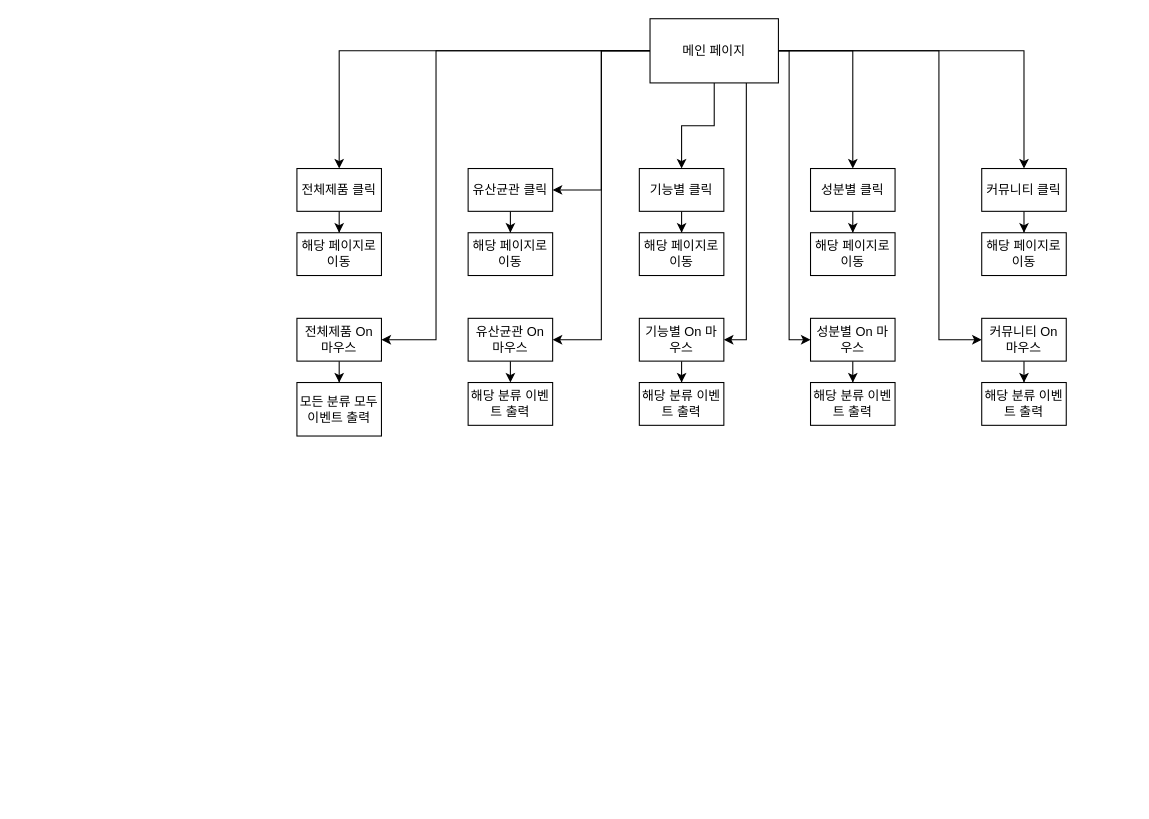
Above: Untitled Diagram.drawio in handcopper97/sample (draw.io), before the change. Source tidied: cells renumbered, new cells numbered last; positions are measured from the earlier drawing's top-left corner, leaving out a move shared by most shapes. Both pictures are drawn from the tidied source at 107%, with x=0, y=0 at pixel (296, 18).
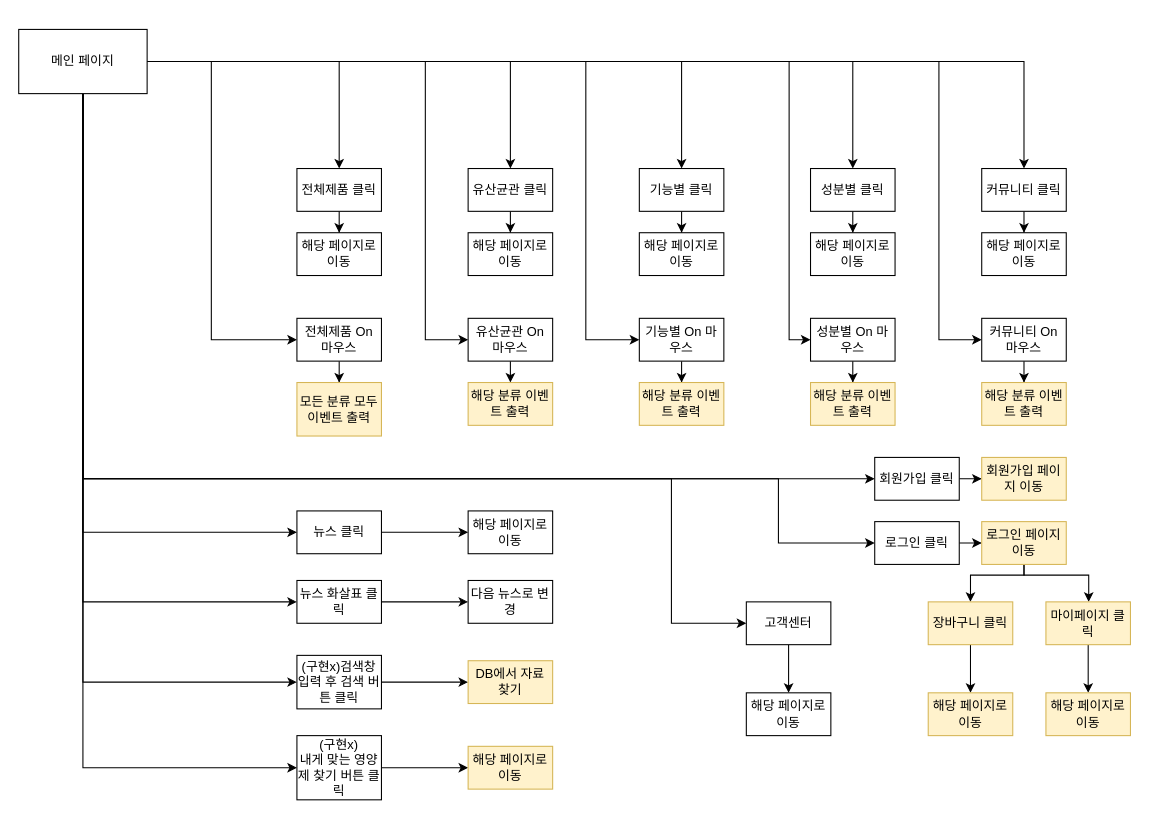
The same page after the edit.

Unchanged cells that the change refers to:
```xml
<mxCell id="16" value="전체제품 On 마우스" style="rounded=0;whiteSpace=wrap;html=1;" parent="1" vertex="1">
  <mxGeometry y="280" width="79" height="40" as="geometry" />
</mxCell>
<mxCell id="18" value="유산균관 클릭" style="rounded=0;whiteSpace=wrap;html=1;" parent="1" vertex="1">
  <mxGeometry x="160" y="140" width="79" height="40" as="geometry" />
</mxCell>
<mxCell id="20" value="유산균관 On 마우스" style="rounded=0;whiteSpace=wrap;html=1;" parent="1" vertex="1">
  <mxGeometry x="160" y="280" width="79" height="40" as="geometry" />
</mxCell>
<mxCell id="24" value="기능별 On 마우스" style="rounded=0;whiteSpace=wrap;html=1;" parent="1" vertex="1">
  <mxGeometry x="320" y="280" width="79" height="40" as="geometry" />
</mxCell>
<mxCell id="28" value="성분별 On 마우스" style="rounded=0;whiteSpace=wrap;html=1;" parent="1" vertex="1">
  <mxGeometry x="480" y="280" width="79" height="40" as="geometry" />
</mxCell>
<mxCell id="32" value="커뮤니티 On 마우스" style="rounded=0;whiteSpace=wrap;html=1;" parent="1" vertex="1">
  <mxGeometry x="640" y="280" width="79" height="40" as="geometry" />
</mxCell>
```

The edit, as a diff of the source:
```diff
@@
-    <mxCell id="3" style="edgeStyle=orthogonalEdgeStyle;rounded=0;jettySize=auto;html=1;entryX=1;entryY=0.5;entryDx=0;entryDy=0;" parent="1" edge="1" source="12" target="16">
+    <mxCell id="3" style="edgeStyle=orthogonalEdgeStyle;rounded=0;jettySize=auto;html=1;entryX=0;entryY=0.5;entryDx=0;entryDy=0;" parent="1" edge="1" source="12" target="16">
       <mxGeometry relative="1" as="geometry">
         <Array as="points">
-          <mxPoint x="130" y="30" />
-          <mxPoint x="130" y="300" />
+          <mxPoint x="-80" y="40" />
+          <mxPoint x="-80" y="300" />
         </Array>
       </mxGeometry>
     </mxCell>
-    <mxCell id="4" style="edgeStyle=orthogonalEdgeStyle;rounded=0;jettySize=auto;html=1;entryX=1;entryY=0.5;entryDx=0;entryDy=0;" parent="1" edge="1" source="12" target="18">
-      <mxGeometry relative="1" as="geometry" />
-    </mxCell>
-    <mxCell id="5" style="edgeStyle=orthogonalEdgeStyle;rounded=0;jettySize=auto;html=1;entryX=1;entryY=0.5;entryDx=0;entryDy=0;" parent="1" edge="1" source="12" target="20">
-      <mxGeometry relative="1" as="geometry" />
-    </mxCell>
@@
-    <mxCell id="7" style="edgeStyle=orthogonalEdgeStyle;rounded=0;jettySize=auto;html=1;entryX=1;entryY=0.5;entryDx=0;entryDy=0;" parent="1" edge="1" source="12" target="24">
+    <mxCell id="7" style="edgeStyle=orthogonalEdgeStyle;rounded=0;jettySize=auto;html=1;entryX=0;entryY=0.5;entryDx=0;entryDy=0;" parent="1" edge="1" source="12" target="24">
       <mxGeometry relative="1" as="geometry">
         <Array as="points">
-          <mxPoint x="420" y="300" />
+          <mxPoint x="270" y="40" />
+          <mxPoint x="270" y="300" />
         </Array>
       </mxGeometry>
     </mxCell>
@@
     <mxCell id="10" style="edgeStyle=orthogonalEdgeStyle;rounded=0;jettySize=auto;html=1;entryX=0;entryY=0.5;entryDx=0;entryDy=0;" parent="1" edge="1" source="12" target="28">
       <mxGeometry relative="1" as="geometry">
         <Array as="points">
-          <mxPoint x="460" y="30" />
+          <mxPoint x="460" y="40" />
           <mxPoint x="460" y="300" />
         </Array>
       </mxGeometry>
     </mxCell>
     <mxCell id="11" style="edgeStyle=orthogonalEdgeStyle;rounded=0;jettySize=auto;html=1;entryX=0;entryY=0.5;entryDx=0;entryDy=0;" parent="1" edge="1" source="12" target="32">
       <mxGeometry relative="1" as="geometry">
         <Array as="points">
-          <mxPoint x="600" y="30" />
+          <mxPoint x="600" y="40" />
           <mxPoint x="600" y="300" />
         </Array>
       </mxGeometry>
     </mxCell>
+    <mxCell id="4" style="edgeStyle=orthogonalEdgeStyle;rounded=0;jettySize=auto;html=1;entryX=0.5;entryY=0;entryDx=0;entryDy=0;" parent="1" edge="1" source="12" target="18">
+      <mxGeometry relative="1" as="geometry">
+        <Array as="points">
+          <mxPoint x="200" y="40" />
+        </Array>
+      </mxGeometry>
+    </mxCell>
+    <mxCell id="5" style="edgeStyle=orthogonalEdgeStyle;rounded=0;jettySize=auto;html=1;entryX=0;entryY=0.5;entryDx=0;entryDy=0;" parent="1" edge="1" source="12" target="20">
+      <mxGeometry relative="1" as="geometry">
+        <Array as="points">
+          <mxPoint x="120" y="40" />
+          <mxPoint x="120" y="300" />
+        </Array>
+      </mxGeometry>
+    </mxCell>
+    <mxCell id="43" style="edgeStyle=orthogonalEdgeStyle;rounded=0;jettySize=auto;html=1;entryX=0;entryY=0.5;entryDx=0;entryDy=0;" parent="1" edge="1" source="12" target="51">
+      <mxGeometry relative="1" as="geometry">
+        <Array as="points">
+          <mxPoint x="-200" y="430" />
+          <mxPoint x="450" y="430" />
+          <mxPoint x="450" y="490" />
+        </Array>
+      </mxGeometry>
+    </mxCell>
+    <mxCell id="44" style="edgeStyle=orthogonalEdgeStyle;rounded=0;jettySize=auto;html=1;entryX=0;entryY=0.5;entryDx=0;entryDy=0;" parent="1" edge="1" source="12" target="53">
+      <mxGeometry relative="1" as="geometry">
+        <Array as="points">
+          <mxPoint x="-200" y="430" />
+          <mxPoint x="540" y="430" />
+        </Array>
+      </mxGeometry>
+    </mxCell>
+    <mxCell id="45" style="edgeStyle=orthogonalEdgeStyle;rounded=0;jettySize=auto;html=1;entryX=0;entryY=0.5;entryDx=0;entryDy=0;" parent="1" edge="1" source="12" target="59">
+      <mxGeometry relative="1" as="geometry">
+        <Array as="points">
+          <mxPoint x="-200" y="480" />
+        </Array>
+      </mxGeometry>
+    </mxCell>
+    <mxCell id="46" style="edgeStyle=orthogonalEdgeStyle;rounded=0;jettySize=auto;html=1;entryX=0;entryY=0.5;entryDx=0;entryDy=0;" parent="1" edge="1" source="12" target="61">
+      <mxGeometry relative="1" as="geometry">
+        <Array as="points">
+          <mxPoint x="-200" y="545" />
+        </Array>
+      </mxGeometry>
+    </mxCell>
+    <mxCell id="47" style="edgeStyle=orthogonalEdgeStyle;rounded=0;jettySize=auto;html=1;entryX=0;entryY=0.5;entryDx=0;entryDy=0;" parent="1" edge="1" source="12" target="65">
+      <mxGeometry relative="1" as="geometry">
+        <Array as="points">
+          <mxPoint x="-200" y="620" />
+        </Array>
+      </mxGeometry>
+    </mxCell>
+    <mxCell id="48" style="edgeStyle=orthogonalEdgeStyle;rounded=0;jettySize=auto;html=1;entryX=0;entryY=0.5;entryDx=0;entryDy=0;" parent="1" edge="1" source="12" target="67">
+      <mxGeometry relative="1" as="geometry">
+        <Array as="points">
+          <mxPoint x="-200" y="700" />
+        </Array>
+      </mxGeometry>
+    </mxCell>
+    <mxCell id="49" style="edgeStyle=orthogonalEdgeStyle;rounded=0;jettySize=auto;html=1;entryX=0;entryY=0.5;entryDx=0;entryDy=0;" parent="1" edge="1" source="12" target="71">
+      <mxGeometry relative="1" as="geometry">
+        <Array as="points">
+          <mxPoint x="-200" y="430" />
+          <mxPoint x="350" y="430" />
+          <mxPoint x="350" y="565" />
+        </Array>
+      </mxGeometry>
+    </mxCell>
     <mxCell id="12" value="메인 페이지" style="rounded=0;whiteSpace=wrap;html=1;" parent="1" vertex="1">
-      <mxGeometry x="330" width="120" height="60" as="geometry" />
+      <mxGeometry x="-260" y="10" width="120" height="60" as="geometry" />
     </mxCell>
@@
-    <mxCell id="38" value="모든 분류 모두 이벤트 출력" style="rounded=0;whiteSpace=wrap;html=1;" parent="1" vertex="1">
+    <mxCell id="38" value="모든 분류 모두 이벤트 출력" style="rounded=0;whiteSpace=wrap;html=1;fillColor=#fff2cc;strokeColor=#d6b656;" parent="1" vertex="1">
       <mxGeometry y="340" width="79" height="50" as="geometry" />
     </mxCell>
-    <mxCell id="39" value="해당 분류 이벤트 출력" style="rounded=0;whiteSpace=wrap;html=1;" parent="1" vertex="1">
+    <mxCell id="39" value="해당 분류 이벤트 출력" style="rounded=0;whiteSpace=wrap;html=1;fillColor=#fff2cc;strokeColor=#d6b656;" parent="1" vertex="1">
       <mxGeometry x="320" y="340" width="79" height="40" as="geometry" />
     </mxCell>
-    <mxCell id="40" value="해당 분류 이벤트 출력" style="rounded=0;whiteSpace=wrap;html=1;" parent="1" vertex="1">
+    <mxCell id="40" value="해당 분류 이벤트 출력" style="rounded=0;whiteSpace=wrap;html=1;fillColor=#fff2cc;strokeColor=#d6b656;" parent="1" vertex="1">
       <mxGeometry x="160" y="340" width="79" height="40" as="geometry" />
     </mxCell>
-    <mxCell id="41" value="해당 분류 이벤트 출력" style="rounded=0;whiteSpace=wrap;html=1;" parent="1" vertex="1">
+    <mxCell id="41" value="해당 분류 이벤트 출력" style="rounded=0;whiteSpace=wrap;html=1;fillColor=#fff2cc;strokeColor=#d6b656;" parent="1" vertex="1">
       <mxGeometry x="480" y="340" width="79" height="40" as="geometry" />
     </mxCell>
-    <mxCell id="42" value="해당 분류 이벤트 출력" style="rounded=0;whiteSpace=wrap;html=1;" parent="1" vertex="1">
+    <mxCell id="42" value="해당 분류 이벤트 출력" style="rounded=0;whiteSpace=wrap;html=1;fillColor=#fff2cc;strokeColor=#d6b656;" parent="1" vertex="1">
       <mxGeometry x="640" y="340" width="79" height="40" as="geometry" />
     </mxCell>
+    <mxCell id="50" style="edgeStyle=orthogonalEdgeStyle;rounded=0;jettySize=auto;html=1;entryX=0;entryY=0.5;entryDx=0;entryDy=0;" parent="1" edge="1" source="51" target="56">
+      <mxGeometry relative="1" as="geometry" />
+    </mxCell>
+    <mxCell id="51" value="로그인 클릭" style="rounded=0;whiteSpace=wrap;html=1;" parent="1" vertex="1">
+      <mxGeometry x="540" y="470" width="79" height="40" as="geometry" />
+    </mxCell>
+    <mxCell id="52" style="edgeStyle=orthogonalEdgeStyle;rounded=0;jettySize=auto;html=1;entryX=0;entryY=0.5;entryDx=0;entryDy=0;" parent="1" edge="1" source="53" target="57">
+      <mxGeometry relative="1" as="geometry" />
+    </mxCell>
+    <mxCell id="53" value="회원가입 클릭" style="rounded=0;whiteSpace=wrap;html=1;" parent="1" vertex="1">
+      <mxGeometry x="540" y="410" width="79" height="40" as="geometry" />
+    </mxCell>
+    <mxCell id="54" style="edgeStyle=orthogonalEdgeStyle;rounded=0;jettySize=auto;html=1;" parent="1" edge="1" source="56" target="73">
+      <mxGeometry relative="1" as="geometry">
+        <Array as="points">
+          <mxPoint x="680" y="520" />
+          <mxPoint x="740" y="520" />
+        </Array>
+      </mxGeometry>
+    </mxCell>
+    <mxCell id="55" style="edgeStyle=orthogonalEdgeStyle;rounded=0;jettySize=auto;html=1;entryX=0.5;entryY=0;entryDx=0;entryDy=0;" parent="1" edge="1" source="56" target="69">
+      <mxGeometry relative="1" as="geometry">
+        <Array as="points">
+          <mxPoint x="680" y="520" />
+          <mxPoint x="630" y="520" />
+        </Array>
+      </mxGeometry>
+    </mxCell>
+    <mxCell id="56" value="로그인 페이지 이동" style="rounded=0;whiteSpace=wrap;html=1;fillColor=#fff2cc;strokeColor=#d6b656;" parent="1" vertex="1">
+      <mxGeometry x="640" y="470" width="79" height="40" as="geometry" />
+    </mxCell>
+    <mxCell id="57" value="회원가입 페이지 이동" style="rounded=0;whiteSpace=wrap;html=1;fillColor=#fff2cc;strokeColor=#d6b656;" parent="1" vertex="1">
+      <mxGeometry x="640" y="410" width="79" height="40" as="geometry" />
+    </mxCell>
+    <mxCell id="58" style="edgeStyle=orthogonalEdgeStyle;rounded=0;jettySize=auto;html=1;entryX=0;entryY=0.5;entryDx=0;entryDy=0;" parent="1" edge="1" source="59" target="62">
+      <mxGeometry relative="1" as="geometry" />
+    </mxCell>
+    <mxCell id="59" value="뉴스 클릭" style="rounded=0;whiteSpace=wrap;html=1;" parent="1" vertex="1">
+      <mxGeometry y="460" width="79" height="40" as="geometry" />
+    </mxCell>
+    <mxCell id="60" style="edgeStyle=orthogonalEdgeStyle;rounded=0;jettySize=auto;html=1;entryX=0;entryY=0.5;entryDx=0;entryDy=0;" parent="1" edge="1" source="61" target="63">
+      <mxGeometry relative="1" as="geometry" />
+    </mxCell>
+    <mxCell id="61" value="뉴스 화살표 클릭" style="rounded=0;whiteSpace=wrap;html=1;" parent="1" vertex="1">
+      <mxGeometry y="525" width="79" height="40" as="geometry" />
+    </mxCell>
+    <mxCell id="62" value="해당 페이지로 이동" style="rounded=0;whiteSpace=wrap;html=1;" parent="1" vertex="1">
+      <mxGeometry x="160" y="460" width="79" height="40" as="geometry" />
+    </mxCell>
+    <mxCell id="63" value="다음 뉴스로 변경" style="rounded=0;whiteSpace=wrap;html=1;" parent="1" vertex="1">
+      <mxGeometry x="160" y="525" width="79" height="40" as="geometry" />
+    </mxCell>
+    <mxCell id="64" style="edgeStyle=orthogonalEdgeStyle;rounded=0;jettySize=auto;html=1;entryX=0;entryY=0.5;entryDx=0;entryDy=0;" parent="1" edge="1" source="65" target="78">
+      <mxGeometry relative="1" as="geometry" />
+    </mxCell>
+    <mxCell id="65" value="(구현x)검색창 입력 후 검색 버튼 클릭" style="rounded=0;whiteSpace=wrap;html=1;" parent="1" vertex="1">
+      <mxGeometry y="595" width="79" height="50" as="geometry" />
+    </mxCell>
+    <mxCell id="66" style="edgeStyle=orthogonalEdgeStyle;rounded=0;jettySize=auto;html=1;entryX=0;entryY=0.5;entryDx=0;entryDy=0;" parent="1" edge="1" source="67" target="77">
+      <mxGeometry relative="1" as="geometry" />
+    </mxCell>
+    <mxCell id="67" value="(구현x)&lt;br&gt;내게 맞는 영양제 찾기 버튼 클릭" style="rounded=0;whiteSpace=wrap;html=1;" parent="1" vertex="1">
+      <mxGeometry y="670" width="79" height="60" as="geometry" />
+    </mxCell>
+    <mxCell id="68" style="edgeStyle=orthogonalEdgeStyle;rounded=0;jettySize=auto;html=1;entryX=0.5;entryY=0;entryDx=0;entryDy=0;" parent="1" edge="1" source="69" target="75">
+      <mxGeometry relative="1" as="geometry" />
+    </mxCell>
+    <mxCell id="69" value="장바구니 클릭" style="rounded=0;whiteSpace=wrap;html=1;fillColor=#fff2cc;strokeColor=#d6b656;" parent="1" vertex="1">
+      <mxGeometry x="590" y="545" width="79" height="40" as="geometry" />
+    </mxCell>
+    <mxCell id="70" style="edgeStyle=orthogonalEdgeStyle;rounded=0;jettySize=auto;html=1;entryX=0.5;entryY=0;entryDx=0;entryDy=0;" parent="1" edge="1" source="71" target="74">
+      <mxGeometry relative="1" as="geometry" />
+    </mxCell>
+    <mxCell id="71" value="고객센터" style="rounded=0;whiteSpace=wrap;html=1;" parent="1" vertex="1">
+      <mxGeometry x="420" y="545" width="79" height="40" as="geometry" />
+    </mxCell>
+    <mxCell id="72" style="edgeStyle=orthogonalEdgeStyle;rounded=0;jettySize=auto;html=1;entryX=0.5;entryY=0;entryDx=0;entryDy=0;" parent="1" edge="1" source="73" target="76">
+      <mxGeometry relative="1" as="geometry" />
+    </mxCell>
+    <mxCell id="73" value="마이페이지 클릭" style="rounded=0;whiteSpace=wrap;html=1;fillColor=#fff2cc;strokeColor=#d6b656;" parent="1" vertex="1">
+      <mxGeometry x="700" y="545" width="79" height="40" as="geometry" />
+    </mxCell>
+    <mxCell id="74" value="해당 페이지로 이동" style="rounded=0;whiteSpace=wrap;html=1;" parent="1" vertex="1">
+      <mxGeometry x="420" y="630" width="79" height="40" as="geometry" />
+    </mxCell>
+    <mxCell id="75" value="해당 페이지로 이동" style="rounded=0;whiteSpace=wrap;html=1;fillColor=#fff2cc;strokeColor=#d6b656;" parent="1" vertex="1">
+      <mxGeometry x="590" y="630" width="79" height="40" as="geometry" />
+    </mxCell>
+    <mxCell id="76" value="해당 페이지로 이동" style="rounded=0;whiteSpace=wrap;html=1;fillColor=#fff2cc;strokeColor=#d6b656;" parent="1" vertex="1">
+      <mxGeometry x="700" y="630" width="79" height="40" as="geometry" />
+    </mxCell>
+    <mxCell id="77" value="해당 페이지로 이동" style="rounded=0;whiteSpace=wrap;html=1;fillColor=#fff2cc;strokeColor=#d6b656;" parent="1" vertex="1">
+      <mxGeometry x="160" y="680" width="79" height="40" as="geometry" />
+    </mxCell>
+    <mxCell id="78" value="DB에서 자료 찾기" style="rounded=0;whiteSpace=wrap;html=1;fillColor=#fff2cc;strokeColor=#d6b656;" parent="1" vertex="1">
+      <mxGeometry x="160" y="600" width="79" height="40" as="geometry" />
+    </mxCell>
```
